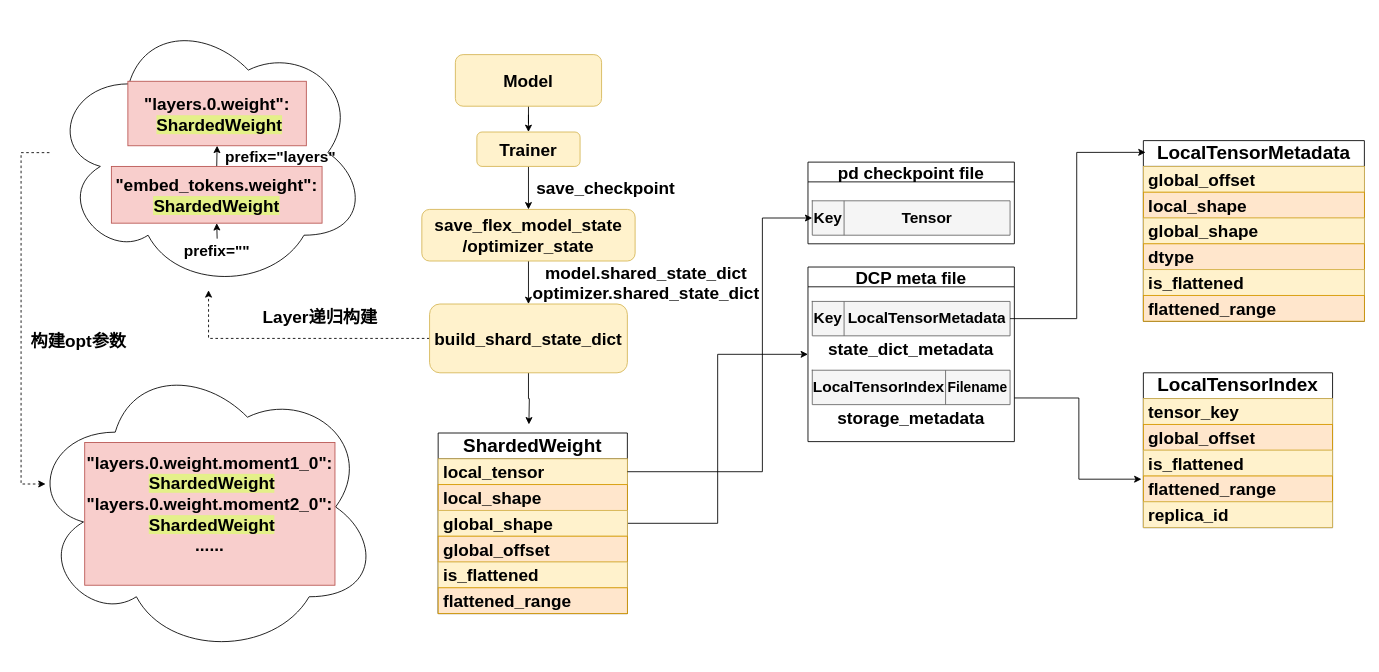
Above: drawio_images/DCP架构图.drawio in zty-king/zty-king (draw.io), before the change. Source tidied: cells renumbered, new cells numbered last; positions are measured from the earlier drawing's top-left corner, leaving out a move shared by most shapes. Both pictures are drawn from the tidied source at 86%, with x=0, y=0 at pixel (18, 15).
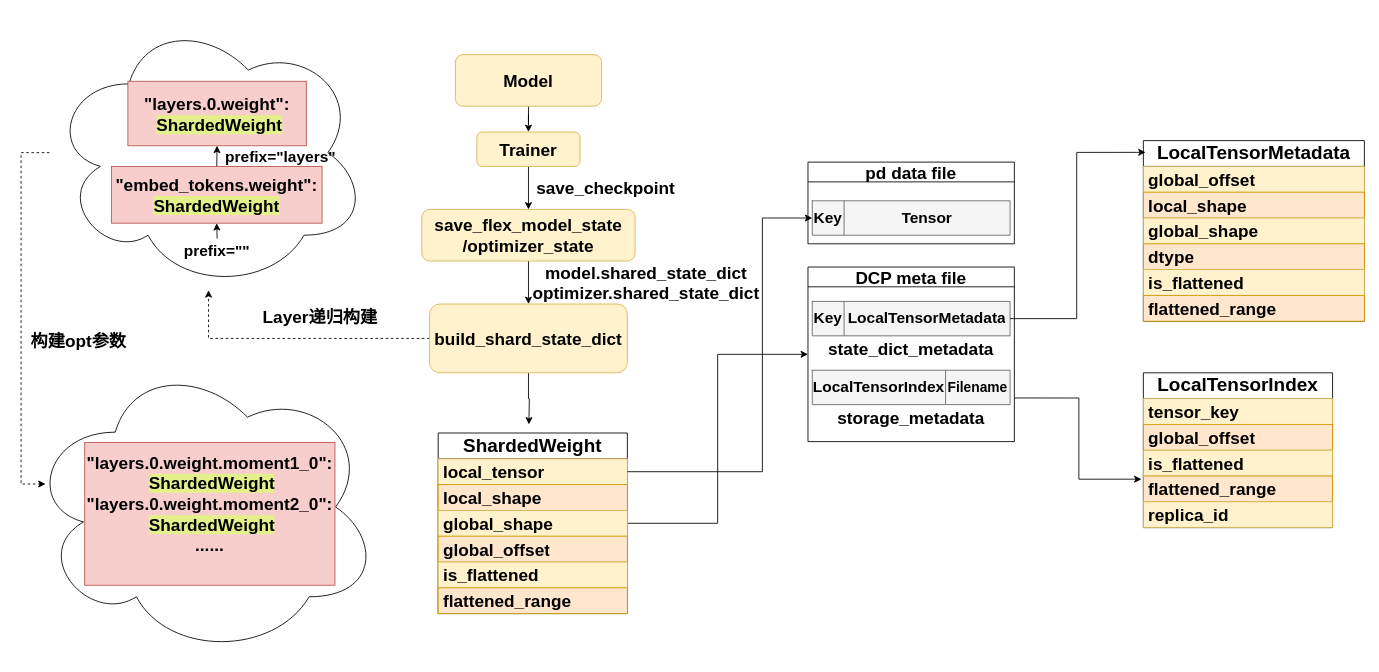
The same diagram, later.

Commit message:
更新DCP架构图.drawio

What changed in the source:
```diff
@@
-    <mxCell id="47" value="&lt;font style=&quot;font-size: 20px;&quot;&gt;pd checkpoint file&lt;/font&gt;" style="swimlane;whiteSpace=wrap;html=1;" parent="1" vertex="1">
+    <mxCell id="47" value="&lt;font style=&quot;font-size: 20px;&quot;&gt;pd data file&lt;/font&gt;" style="swimlane;whiteSpace=wrap;html=1;" parent="1" vertex="1">
       <mxGeometry x="918" y="171" width="240" height="95" as="geometry" />
     </mxCell>
```
